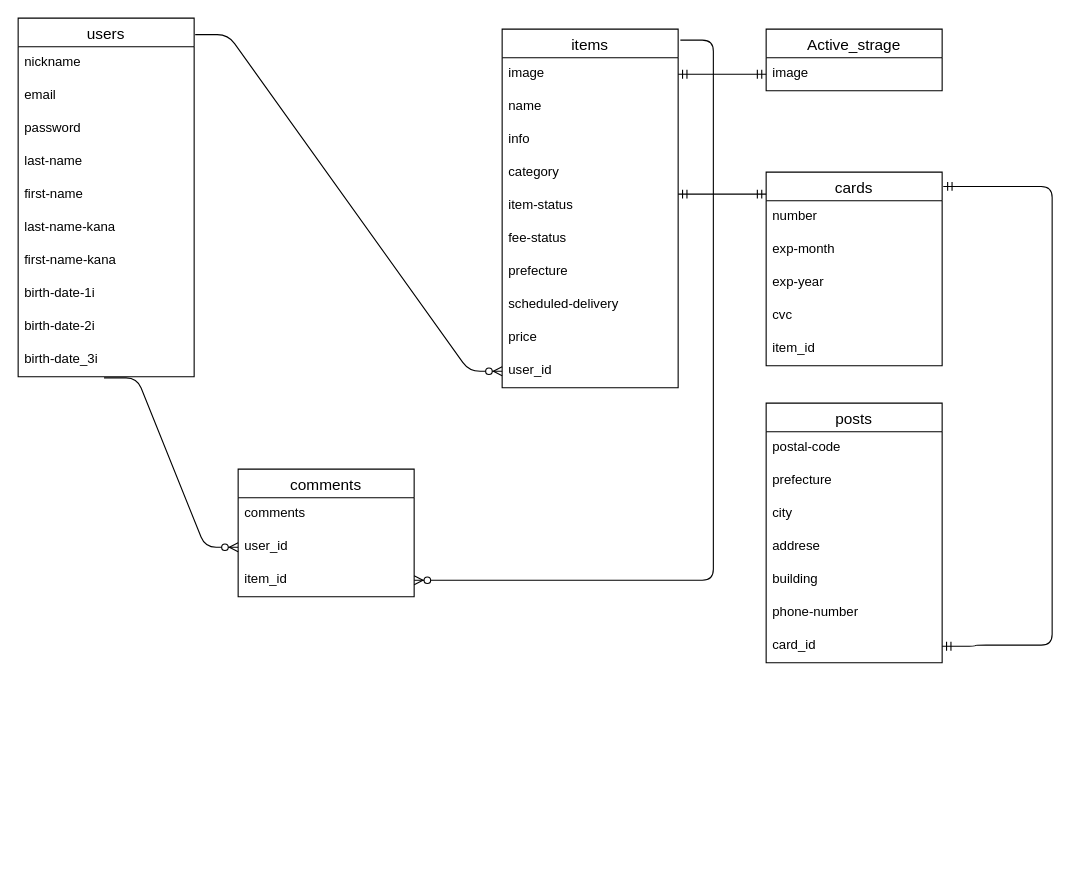
Earlier version of the draw.io diagram er.dio (tetutetu214/furima-31782). Source tidied: cells renumbered, new cells numbered last; positions are measured from the earlier drawing's top-left corner, leaving out a move shared by most shapes. Both pictures are drawn from the tidied source at 110%, with x=0, y=0 at pixel (18, 18).
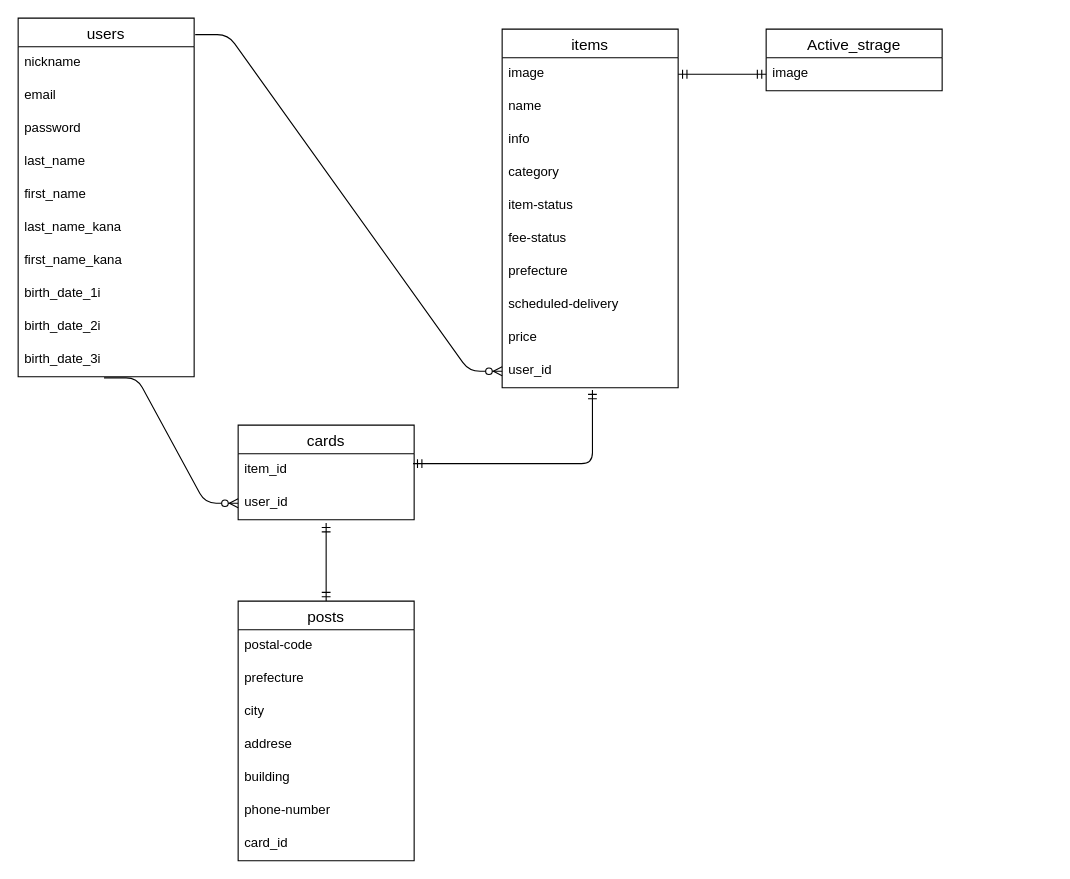
The same page after the edit.

Unchanged cells that the change refers to:
```xml
<mxCell id="13" value="user_id&#10;" style="text;strokeColor=none;fillColor=none;spacingLeft=4;spacingRight=4;overflow=hidden;points=[[0,0.5],[1,0.5]];portConstraint=eastwest;fontSize=12;" parent="3" vertex="1">
  <mxGeometry y="296" width="160" height="30" as="geometry" />
</mxCell>
<mxCell id="16" value="users" style="swimlane;fontStyle=0;horizontal=1;startSize=26;align=center;fontSize=14;" parent="1" vertex="1">
  <mxGeometry width="160" height="326" as="geometry" />
</mxCell>
<mxCell id="41" value="card_id" style="text;strokeColor=none;fillColor=none;spacingLeft=4;spacingRight=4;overflow=hidden;points=[[0,0.5],[1,0.5]];portConstraint=eastwest;fontSize=12;" parent="34" vertex="1">
  <mxGeometry y="206" width="160" height="30" as="geometry" />
</mxCell>
```

Diff of the diagram source:
```diff
@@
-    <mxCell id="15" style="edgeStyle=entityRelationEdgeStyle;fontSize=12;html=1;endArrow=ERzeroToMany;endFill=1;" parent="1" edge="1" target="30">
-      <mxGeometry relative="1" as="geometry">
-        <mxPoint x="602" y="20" as="sourcePoint" />
-      </mxGeometry>
-    </mxCell>
@@
-    <mxCell id="20" value="last-name" style="text;strokeColor=none;fillColor=none;spacingLeft=4;spacingRight=4;overflow=hidden;fontSize=12;" parent="16" vertex="1">
+    <mxCell id="20" value="last_name" style="text;strokeColor=none;fillColor=none;spacingLeft=4;spacingRight=4;overflow=hidden;fontSize=12;" parent="16" vertex="1">
       <mxGeometry y="116" width="160" height="30" as="geometry" />
     </mxCell>
-    <mxCell id="21" value="first-name" style="text;strokeColor=none;fillColor=none;spacingLeft=4;spacingRight=4;overflow=hidden;fontSize=12;" parent="16" vertex="1">
+    <mxCell id="21" value="first_name" style="text;strokeColor=none;fillColor=none;spacingLeft=4;spacingRight=4;overflow=hidden;fontSize=12;" parent="16" vertex="1">
       <mxGeometry y="146" width="160" height="30" as="geometry" />
     </mxCell>
-    <mxCell id="22" value="last-name-kana" style="text;strokeColor=none;fillColor=none;spacingLeft=4;spacingRight=4;overflow=hidden;fontSize=12;" parent="16" vertex="1">
+    <mxCell id="22" value="last_name_kana" style="text;strokeColor=none;fillColor=none;spacingLeft=4;spacingRight=4;overflow=hidden;fontSize=12;" parent="16" vertex="1">
       <mxGeometry y="176" width="160" height="30" as="geometry" />
     </mxCell>
-    <mxCell id="23" value="first-name-kana" style="text;strokeColor=none;fillColor=none;spacingLeft=4;spacingRight=4;overflow=hidden;fontSize=12;" parent="16" vertex="1">
+    <mxCell id="23" value="first_name_kana" style="text;strokeColor=none;fillColor=none;spacingLeft=4;spacingRight=4;overflow=hidden;fontSize=12;" parent="16" vertex="1">
       <mxGeometry y="206" width="160" height="30" as="geometry" />
     </mxCell>
-    <mxCell id="24" value="birth-date-1i" style="text;strokeColor=none;fillColor=none;spacingLeft=4;spacingRight=4;overflow=hidden;fontSize=12;" parent="16" vertex="1">
+    <mxCell id="24" value="birth_date_1i" style="text;strokeColor=none;fillColor=none;spacingLeft=4;spacingRight=4;overflow=hidden;fontSize=12;" parent="16" vertex="1">
       <mxGeometry y="236" width="160" height="30" as="geometry" />
     </mxCell>
-    <mxCell id="25" value="birth-date-2i" style="text;strokeColor=none;fillColor=none;spacingLeft=4;spacingRight=4;overflow=hidden;fontSize=12;" parent="16" vertex="1">
+    <mxCell id="25" value="birth_date_2i" style="text;strokeColor=none;fillColor=none;spacingLeft=4;spacingRight=4;overflow=hidden;fontSize=12;" parent="16" vertex="1">
       <mxGeometry y="266" width="160" height="30" as="geometry" />
     </mxCell>
-    <mxCell id="26" value="birth-date_3i" style="text;strokeColor=none;fillColor=none;spacingLeft=4;spacingRight=4;overflow=hidden;points=[[0,0.5],[1,0.5]];portConstraint=eastwest;fontSize=12;" parent="16" vertex="1">
+    <mxCell id="26" value="birth_date_3i" style="text;strokeColor=none;fillColor=none;spacingLeft=4;spacingRight=4;overflow=hidden;points=[[0,0.5],[1,0.5]];portConstraint=eastwest;fontSize=12;" parent="16" vertex="1">
       <mxGeometry y="296" width="160" height="30" as="geometry" />
     </mxCell>
-    <mxCell id="27" value="comments" style="swimlane;fontStyle=0;horizontal=1;startSize=26;align=center;fontSize=14;" parent="1" vertex="1">
-      <mxGeometry x="200" y="410" width="160" height="116" as="geometry" />
-    </mxCell>
-    <mxCell id="28" value="comments" style="text;strokeColor=none;fillColor=none;spacingLeft=4;spacingRight=4;overflow=hidden;fontSize=12;" parent="27" vertex="1">
-      <mxGeometry y="26" width="160" height="30" as="geometry" />
-    </mxCell>
-    <mxCell id="29" value="user_id" style="text;strokeColor=none;fillColor=none;spacingLeft=4;spacingRight=4;overflow=hidden;points=[[0,0.5],[1,0.5]];portConstraint=eastwest;fontSize=12;" parent="27" vertex="1">
-      <mxGeometry y="56" width="160" height="30" as="geometry" />
-    </mxCell>
-    <mxCell id="30" value="item_id" style="text;strokeColor=none;fillColor=none;spacingLeft=4;spacingRight=4;overflow=hidden;points=[[0,0.5],[1,0.5]];portConstraint=eastwest;fontSize=12;" parent="27" vertex="1">
-      <mxGeometry y="86" width="160" height="30" as="geometry" />
-    </mxCell>
@@
+    <mxCell id="48" style="edgeStyle=orthogonalEdgeStyle;fontSize=12;html=1;endArrow=ERmandOne;startArrow=ERmandOne;exitX=0.994;exitY=0.3;exitDx=0;exitDy=0;entryX=0.513;entryY=1.067;entryDx=0;entryDy=0;entryPerimeter=0;exitPerimeter=0;" parent="1" edge="1" source="47" target="13">
+      <mxGeometry relative="1" as="geometry">
+        <Array as="points">
+          <mxPoint x="522" y="405" />
+        </Array>
+      </mxGeometry>
+    </mxCell>
+    <mxCell id="42" value="cards" style="swimlane;fontStyle=0;horizontal=1;startSize=26;align=center;fontSize=14;" parent="1" vertex="1">
+      <mxGeometry x="200" y="370" width="160" height="86" as="geometry" />
+    </mxCell>
+    <mxCell id="47" value="item_id" style="text;strokeColor=none;fillColor=none;spacingLeft=4;spacingRight=4;overflow=hidden;points=[[0,0.5],[1,0.5]];portConstraint=eastwest;fontSize=12;" parent="42" vertex="1">
+      <mxGeometry y="26" width="160" height="30" as="geometry" />
+    </mxCell>
+    <mxCell id="29" value="user_id" style="text;strokeColor=none;fillColor=none;spacingLeft=4;spacingRight=4;overflow=hidden;points=[[0,0.5],[1,0.5]];portConstraint=eastwest;fontSize=12;" parent="42" vertex="1">
+      <mxGeometry y="56" width="160" height="30" as="geometry" />
+    </mxCell>
+    <mxCell id="50" style="fontSize=12;html=1;endArrow=ERmandOne;startArrow=ERmandOne;entryX=0.5;entryY=1.1;entryDx=0;entryDy=0;entryPerimeter=0;" parent="1" edge="1" source="34" target="29">
+      <mxGeometry relative="1" as="geometry" />
+    </mxCell>
     <mxCell id="34" value="posts" style="swimlane;fontStyle=0;horizontal=1;startSize=26;align=center;fontSize=14;" parent="1" vertex="1">
-      <mxGeometry x="680" y="350" width="160" height="236" as="geometry" />
+      <mxGeometry x="200" y="530" width="160" height="236" as="geometry" />
     </mxCell>
@@
-    <mxCell id="42" value="cards" style="swimlane;fontStyle=0;horizontal=1;startSize=26;align=center;fontSize=14;" parent="1" vertex="1">
-      <mxGeometry x="680" y="140" width="160" height="176" as="geometry" />
-    </mxCell>
-    <mxCell id="43" value="number" style="text;strokeColor=none;fillColor=none;spacingLeft=4;spacingRight=4;overflow=hidden;fontSize=12;" parent="42" vertex="1">
-      <mxGeometry y="26" width="160" height="30" as="geometry" />
-    </mxCell>
-    <mxCell id="44" value="exp-month" style="text;strokeColor=none;fillColor=none;spacingLeft=4;spacingRight=4;overflow=hidden;fontSize=12;" parent="42" vertex="1">
-      <mxGeometry y="56" width="160" height="30" as="geometry" />
-    </mxCell>
-    <mxCell id="45" value="exp-year" style="text;strokeColor=none;fillColor=none;spacingLeft=4;spacingRight=4;overflow=hidden;fontSize=12;" parent="42" vertex="1">
-      <mxGeometry y="86" width="160" height="30" as="geometry" />
-    </mxCell>
-    <mxCell id="46" value="cvc" style="text;strokeColor=none;fillColor=none;spacingLeft=4;spacingRight=4;overflow=hidden;fontSize=12;" parent="42" vertex="1">
-      <mxGeometry y="116" width="160" height="30" as="geometry" />
-    </mxCell>
-    <mxCell id="47" value="item_id" style="text;strokeColor=none;fillColor=none;spacingLeft=4;spacingRight=4;overflow=hidden;points=[[0,0.5],[1,0.5]];portConstraint=eastwest;fontSize=12;" parent="42" vertex="1">
-      <mxGeometry y="146" width="160" height="30" as="geometry" />
-    </mxCell>
-    <mxCell id="48" style="edgeStyle=entityRelationEdgeStyle;fontSize=12;html=1;endArrow=ERmandOne;startArrow=ERmandOne;exitX=1;exitY=0.5;exitDx=0;exitDy=0;entryX=0;entryY=0.5;entryDx=0;entryDy=0;" parent="1" edge="1">
-      <mxGeometry relative="1" as="geometry">
-        <mxPoint x="600" y="160" as="sourcePoint" />
-        <mxPoint x="680" y="160" as="targetPoint" />
-      </mxGeometry>
-    </mxCell>
-    <mxCell id="49" style="edgeStyle=orthogonalEdgeStyle;fontSize=12;html=1;endArrow=ERmandOne;startArrow=ERmandOne;jumpStyle=none;strokeWidth=1;entryX=1;entryY=0.5;entryDx=0;entryDy=0;" parent="1" edge="1" target="41">
-      <mxGeometry relative="1" as="geometry">
-        <mxPoint x="841" y="153" as="sourcePoint" />
-        <Array as="points">
-          <mxPoint x="940" y="153" />
-          <mxPoint x="940" y="570" />
-          <mxPoint x="870" y="570" />
-          <mxPoint x="870" y="571" />
-        </Array>
-      </mxGeometry>
-    </mxCell>
```
